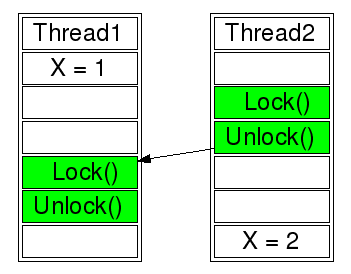
The Graphviz diagram msm/purehb2.png in spurious/ThreadSanitizer-mirror, before a commit. Its source is kept beside it as msm/purehb2.dot.
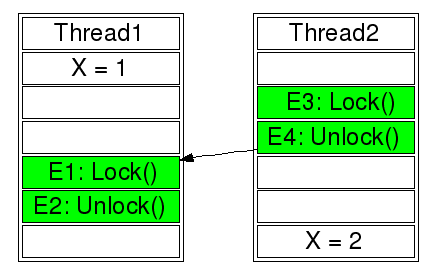
The same diagram one commit later.

Commit message:
purehb examples

Diff of the diagram source:
```diff
@@ -6,8 +6,8 @@
       <tr>  <td> X = 1 </td> </tr>
       <tr>  <td >   </td> </tr>
       <tr>  <td >   </td> </tr>
-      <tr>  <td bgcolor="green" port="lock">   Lock() </td> </tr>
-      <tr>  <td bgcolor="green" port="unlock"> Unlock() </td> </tr>
+      <tr>  <td bgcolor="green" port="lock">  E1: Lock() </td> </tr>
+      <tr>  <td bgcolor="green" port="unlock"> E2: Unlock() </td> </tr>
       <tr>  <td port="end">   </td> </tr>
       </TABLE>>
     ]
@@ -15,8 +15,8 @@
    T2  [label=<<TABLE BGCOLOR="white">
       <tr>  <td port="0"> Thread2 </td> </tr>
       <tr>  <td >   </td> </tr>
-      <tr>  <td bgcolor="green" port="lock">   Lock() </td> </tr>
-      <tr>  <td bgcolor="green" port="unlock"> Unlock() </td> </tr>
+      <tr>  <td bgcolor="green" port="lock">   E3: Lock() </td> </tr>
+      <tr>  <td bgcolor="green" port="unlock"> E4: Unlock() </td> </tr>
       <tr>  <td >   </td> </tr>
       <tr>  <td >   </td> </tr>
       <tr>  <td port="end"> X = 2 </td> </tr>
```
